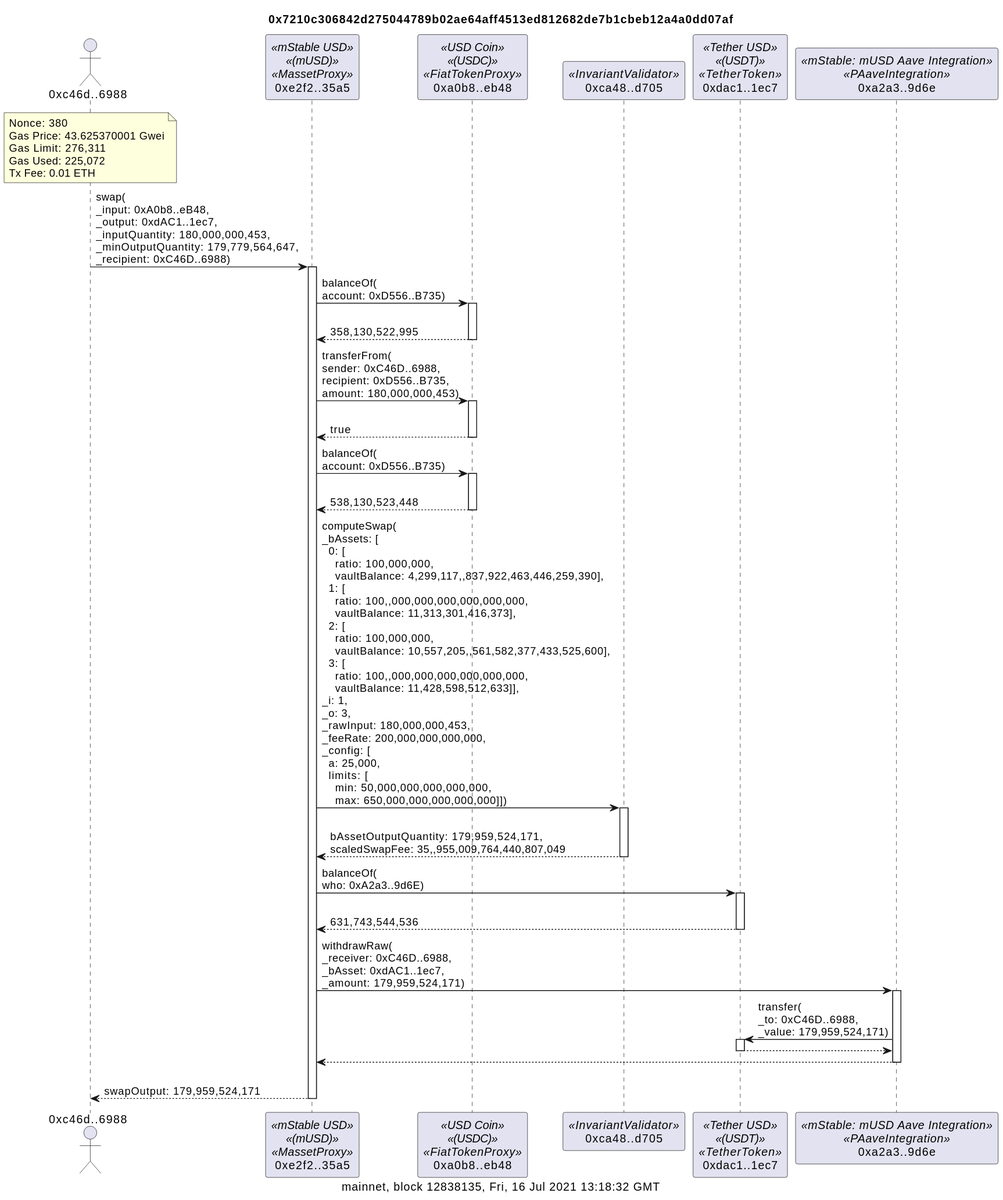
Above: examples/musd-v3-swap-noproxy.svg in naddison36/tx2uml (PlantUML), before the change. The source it was exported from:
```plantuml
@startuml
title 0x7210c306842d275044789b02ae64aff4513ed812682de7b1cbeb12a4a0dd07af
caption mainnet, block 12838135, Fri, 16 Jul 2021 13:18:32 GMT
actor "0xc46d..6988" as c46d6988
participant "0xe2f2..35a5" as e2f235a5 <<mStable USD>><<(mUSD)>><<MassetProxy>>
participant "0xa0b8..eb48" as a0b8eb48 <<USD Coin>><<(USDC)>><<FiatTokenProxy>>
participant "0xca48..d705" as ca48d705 <<InvariantValidator>>
participant "0xdac1..1ec7" as dac11ec7 <<Tether USD>><<(USDT)>><<TetherToken>>
participant "0xa2a3..9d6e" as a2a39d6e <<mStable: mUSD Aave Integration>><<PAaveIntegration>>

note over c46d6988
Nonce: 380
Gas Price: 43.625370001 Gwei
Gas Limit: 276,311
Gas Used: 225,072
Tx Fee: 0.01 ETH
end note

c46d6988 -> e2f235a5: swap(\n_input: 0xA0b8..eB48,\n_output: 0xdAC1..1ec7,\n_inputQuantity: 180,000,000,453,\n_minOutputQuantity: 179,779,564,647,\n_recipient: 0xC46D..6988)
activate e2f235a5
e2f235a5 -> a0b8eb48: balanceOf(\naccount: 0xD556..B735)
activate a0b8eb48
return\n358,130,522,995
e2f235a5 -> a0b8eb48: transferFrom(\nsender: 0xC46D..6988,\nrecipient: 0xD556..B735,\namount: 180,000,000,453)
activate a0b8eb48
return\ntrue
e2f235a5 -> a0b8eb48: balanceOf(\naccount: 0xD556..B735)
activate a0b8eb48
return\n538,130,523,448
e2f235a5 -> ca48d705: computeSwap(\n_bAssets: [\n  0: [\n    ratio: 100,000,000,\n    vaultBalance: 4,299,117,,837,922,463,446,259,390],\n  1: [\n    ratio: 100,,000,000,000,000,000,000,\n    vaultBalance: 11,313,301,416,373],\n  2: [\n    ratio: 100,000,000,\n    vaultBalance: 10,557,205,,561,582,377,433,525,600],\n  3: [\n    ratio: 100,,000,000,000,000,000,000,\n    vaultBalance: 11,428,598,512,633]],\n_i: 1,\n_o: 3,\n_rawInput: 180,000,000,453,\n_feeRate: 200,000,000,000,000,\n_config: [\n  a: 25,000,\n  limits: [\n    min: 50,000,000,000,000,000,\n    max: 650,000,000,000,000,000]])
activate ca48d705
return\nbAssetOutputQuantity: 179,959,524,171,\nscaledSwapFee: 35,,955,009,764,440,807,049
e2f235a5 -> dac11ec7: balanceOf(\nwho: 0xA2a3..9d6E)
activate dac11ec7
return\n631,743,544,536
e2f235a5 -> a2a39d6e: withdrawRaw(\n_receiver: 0xC46D..6988,\n_bAsset: 0xdAC1..1ec7,\n_amount: 179,959,524,171)
activate a2a39d6e
a2a39d6e -> dac11ec7: transfer(\n_to: 0xC46D..6988,\n_value: 179,959,524,171)
activate dac11ec7
return
return
return\nswapOutput: 179,959,524,171
@enduml
```
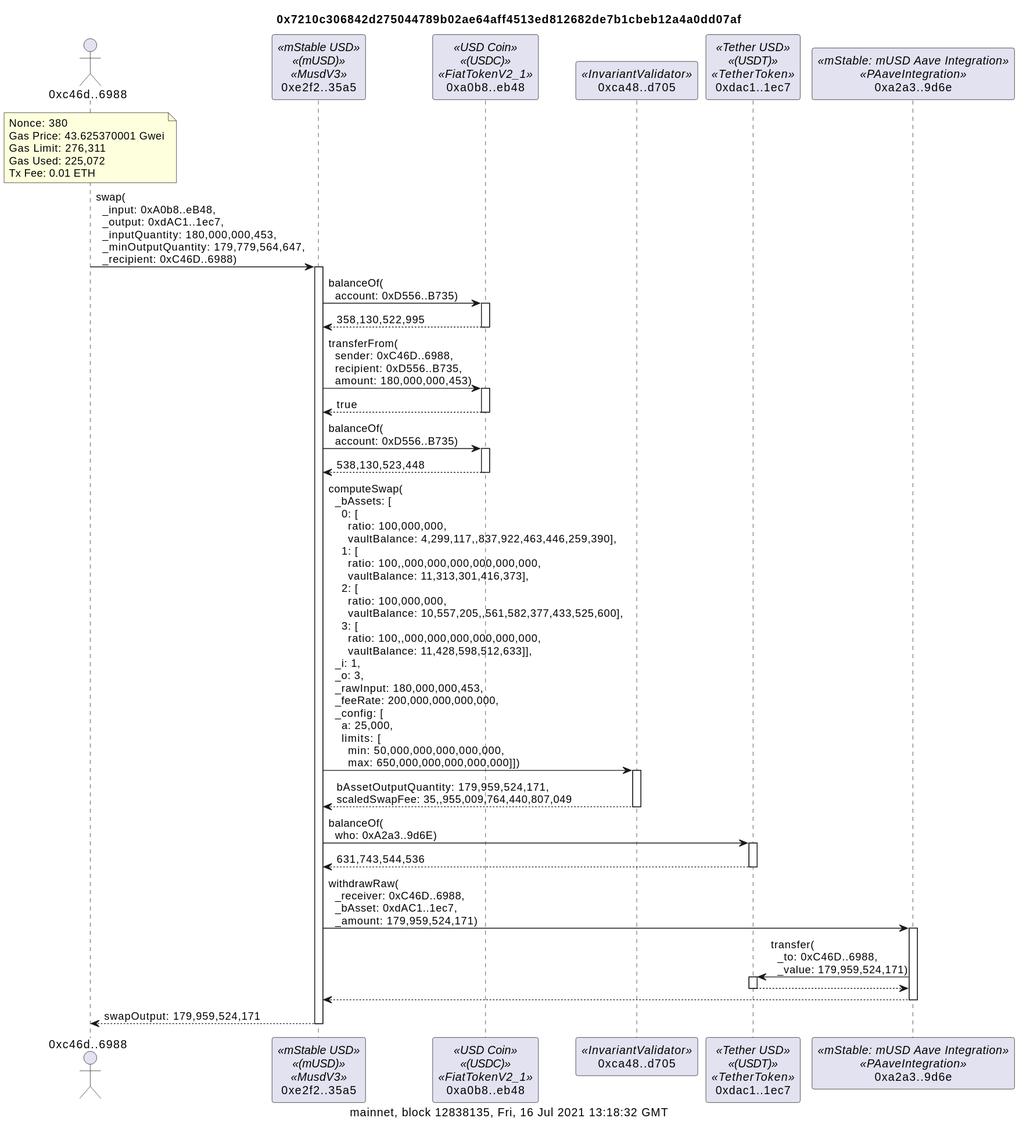
The same file after the commit.

Commit message:
feat: call diagrams with noDelegates option now uses implementation contract name on the proxy contract

Diff of the diagram source:
```diff
@@ -1,9 +1,10 @@
 @startuml
 title 0x7210c306842d275044789b02ae64aff4513ed812682de7b1cbeb12a4a0dd07af
+
 caption mainnet, block 12838135, Fri, 16 Jul 2021 13:18:32 GMT
 actor "0xc46d..6988" as c46d6988
-participant "0xe2f2..35a5" as e2f235a5 <<mStable USD>><<(mUSD)>><<MassetProxy>>
-participant "0xa0b8..eb48" as a0b8eb48 <<USD Coin>><<(USDC)>><<FiatTokenProxy>>
+participant "0xe2f2..35a5" as e2f235a5 <<mStable USD>><<(mUSD)>><<MusdV3>>
+participant "0xa0b8..eb48" as a0b8eb48 <<USD Coin>><<(USDC)>><<FiatTokenV2_1>>
 participant "0xca48..d705" as ca48d705 <<InvariantValidator>>
 participant "0xdac1..1ec7" as dac11ec7 <<Tether USD>><<(USDT)>><<TetherToken>>
 participant "0xa2a3..9d6e" as a2a39d6e <<mStable: mUSD Aave Integration>><<PAaveIntegration>>
@@ -16,28 +17,28 @@
 Tx Fee: 0.01 ETH
 end note
 
-c46d6988 -> e2f235a5: swap(\n_input: 0xA0b8..eB48,\n_output: 0xdAC1..1ec7,\n_inputQuantity: 180,000,000,453,\n_minOutputQuantity: 179,779,564,647,\n_recipient: 0xC46D..6988)
+c46d6988 -> e2f235a5: swap(\n  _input: 0xA0b8..eB48,\n  _output: 0xdAC1..1ec7,\n  _inputQuantity: 180,000,000,453,\n  _minOutputQuantity: 179,779,564,647,\n  _recipient: 0xC46D..6988)
 activate e2f235a5
-e2f235a5 -> a0b8eb48: balanceOf(\naccount: 0xD556..B735)
+e2f235a5 -> a0b8eb48: balanceOf(\n  account: 0xD556..B735)
 activate a0b8eb48
-return\n358,130,522,995
-e2f235a5 -> a0b8eb48: transferFrom(\nsender: 0xC46D..6988,\nrecipient: 0xD556..B735,\namount: 180,000,000,453)
+return 358,130,522,995
+e2f235a5 -> a0b8eb48: transferFrom(\n  sender: 0xC46D..6988,\n  recipient: 0xD556..B735,\n  amount: 180,000,000,453)
 activate a0b8eb48
-return\ntrue
-e2f235a5 -> a0b8eb48: balanceOf(\naccount: 0xD556..B735)
+return true
+e2f235a5 -> a0b8eb48: balanceOf(\n  account: 0xD556..B735)
 activate a0b8eb48
-return\n538,130,523,448
-e2f235a5 -> ca48d705: computeSwap(\n_bAssets: [\n  0: [\n    ratio: 100,000,000,\n    vaultBalance: 4,299,117,,837,922,463,446,259,390],\n  1: [\n    ratio: 100,,000,000,000,000,000,000,\n    vaultBalance: 11,313,301,416,373],\n  2: [\n    ratio: 100,000,000,\n    vaultBalance: 10,557,205,,561,582,377,433,525,600],\n  3: [\n    ratio: 100,,000,000,000,000,000,000,\n    vaultBalance: 11,428,598,512,633]],\n_i: 1,\n_o: 3,\n_rawInput: 180,000,000,453,\n_feeRate: 200,000,000,000,000,\n_config: [\n  a: 25,000,\n  limits: [\n    min: 50,000,000,000,000,000,\n    max: 650,000,000,000,000,000]])
+return 538,130,523,448
+e2f235a5 -> ca48d705: computeSwap(\n  _bAssets: [\n    0: [\n      ratio: 100,000,000,\n      vaultBalance: 4,299,117,,837,922,463,446,259,390],\n    1: [\n      ratio: 100,,000,000,000,000,000,000,\n      vaultBalance: 11,313,301,416,373],\n    2: [\n      ratio: 100,000,000,\n      vaultBalance: 10,557,205,,561,582,377,433,525,600],\n    3: [\n      ratio: 100,,000,000,000,000,000,000,\n      vaultBalance: 11,428,598,512,633]],\n  _i: 1,\n  _o: 3,\n  _rawInput: 180,000,000,453,\n  _feeRate: 200,000,000,000,000,\n  _config: [\n    a: 25,000,\n    limits: [\n      min: 50,000,000,000,000,000,\n      max: 650,000,000,000,000,000]])
 activate ca48d705
-return\nbAssetOutputQuantity: 179,959,524,171,\nscaledSwapFee: 35,,955,009,764,440,807,049
-e2f235a5 -> dac11ec7: balanceOf(\nwho: 0xA2a3..9d6E)
+return bAssetOutputQuantity: 179,959,524,171,\nscaledSwapFee: 35,,955,009,764,440,807,049
+e2f235a5 -> dac11ec7: balanceOf(\n  who: 0xA2a3..9d6E)
 activate dac11ec7
-return\n631,743,544,536
-e2f235a5 -> a2a39d6e: withdrawRaw(\n_receiver: 0xC46D..6988,\n_bAsset: 0xdAC1..1ec7,\n_amount: 179,959,524,171)
+return 631,743,544,536
+e2f235a5 -> a2a39d6e: withdrawRaw(\n  _receiver: 0xC46D..6988,\n  _bAsset: 0xdAC1..1ec7,\n  _amount: 179,959,524,171)
 activate a2a39d6e
-a2a39d6e -> dac11ec7: transfer(\n_to: 0xC46D..6988,\n_value: 179,959,524,171)
+a2a39d6e -> dac11ec7: transfer(\n  _to: 0xC46D..6988,\n  _value: 179,959,524,171)
 activate dac11ec7
 return
 return
-return\nswapOutput: 179,959,524,171
+return swapOutput: 179,959,524,171
 @enduml
```
